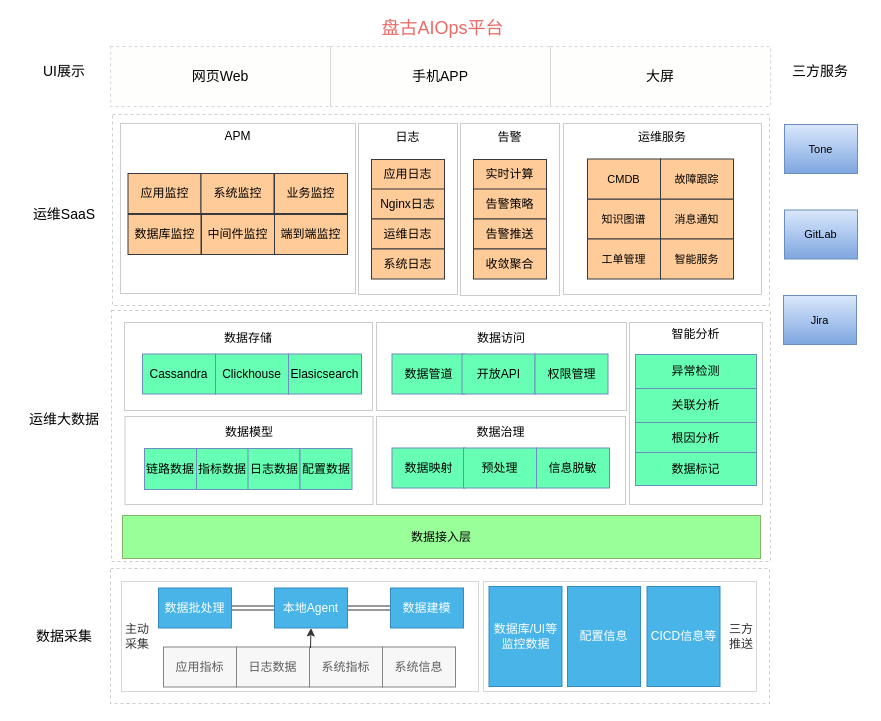
Above: 传化盖亚架构图.drawio in sunface/draw.io (draw.io), before the change. Source tidied: cells renumbered, new cells numbered last; positions are measured from the earlier drawing's top-left corner, leaving out a move shared by most shapes. Both pictures are drawn from the tidied source at 100%, with x=0, y=0 at pixel (28, 18).
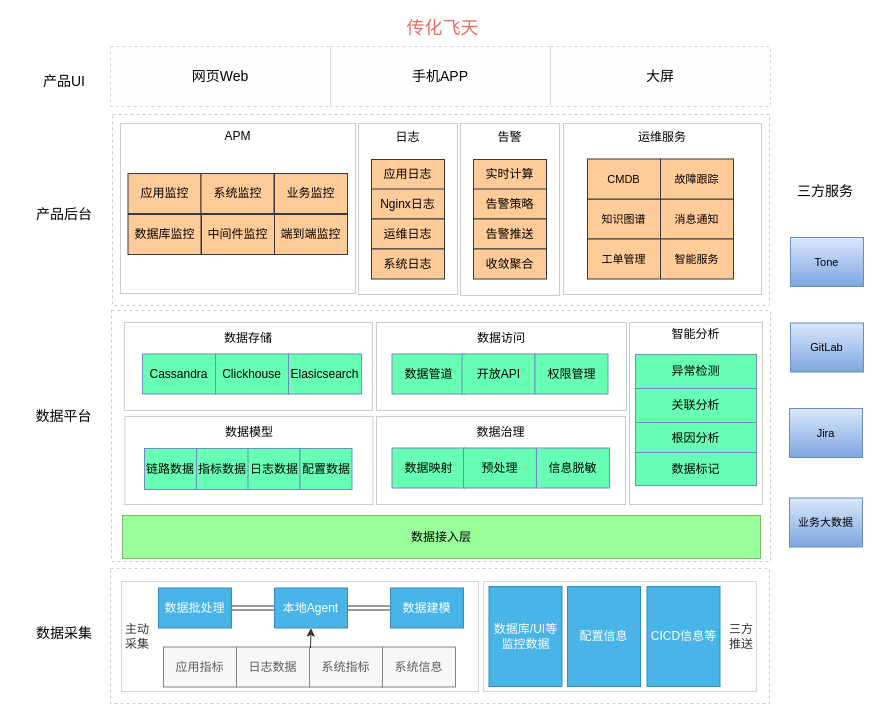
The same page after the edit.

Commit message:
Update 传化盖亚架构图.drawio

Change to the diagram source:
```diff
@@
-    <mxCell id="4" value="运维大数据" style="text;html=1;strokeColor=none;fillColor=none;align=center;verticalAlign=middle;whiteSpace=wrap;rounded=0;shadow=0;dashed=1;fontSize=14;opacity=20;" parent="1" vertex="1">
-      <mxGeometry y="391" width="72" height="20" as="geometry" />
+    <mxCell id="4" value="数据平台" style="text;html=1;strokeColor=none;fillColor=none;align=center;verticalAlign=middle;whiteSpace=wrap;rounded=0;shadow=0;dashed=1;fontSize=14;opacity=20;" parent="1" vertex="1">
+      <mxGeometry x="-11" y="388" width="93" height="20" as="geometry" />
     </mxCell>
@@
-    <mxCell id="39" value="运维SaaS" style="text;html=1;strokeColor=none;fillColor=none;align=center;verticalAlign=middle;whiteSpace=wrap;rounded=0;shadow=0;dashed=1;fontSize=14;opacity=20;" parent="1" vertex="1">
+    <mxCell id="39" value="产品后台" style="text;html=1;strokeColor=none;fillColor=none;align=center;verticalAlign=middle;whiteSpace=wrap;rounded=0;shadow=0;dashed=1;fontSize=14;opacity=20;" parent="1" vertex="1">
       <mxGeometry y="185.5" width="72" height="20" as="geometry" />
     </mxCell>
@@
-    <mxCell id="55" value="UI展示" style="text;html=1;strokeColor=none;fillColor=none;align=center;verticalAlign=middle;whiteSpace=wrap;rounded=0;shadow=0;dashed=1;fontSize=14;opacity=20;" parent="1" vertex="1">
-      <mxGeometry y="43" width="72" height="20" as="geometry" />
+    <mxCell id="55" value="产品UI" style="text;html=1;strokeColor=none;fillColor=none;align=center;verticalAlign=middle;whiteSpace=wrap;rounded=0;shadow=0;dashed=1;fontSize=14;opacity=20;" parent="1" vertex="1">
+      <mxGeometry y="53" width="72" height="20" as="geometry" />
     </mxCell>
@@
     <mxCell id="67" value="数据采集" style="text;html=1;strokeColor=none;fillColor=none;align=center;verticalAlign=middle;whiteSpace=wrap;rounded=0;shadow=0;dashed=1;fontSize=14;opacity=20;" parent="1" vertex="1">
-      <mxGeometry y="608" width="72" height="20" as="geometry" />
+      <mxGeometry x="-0.5" y="604.5" width="72" height="20" as="geometry" />
     </mxCell>
@@
     <mxCell id="69" value="三方服务" style="text;html=1;strokeColor=none;fillColor=none;align=center;verticalAlign=middle;whiteSpace=wrap;rounded=0;shadow=0;dashed=1;fontSize=14;opacity=20;" parent="1" vertex="1">
-      <mxGeometry x="756" y="43" width="72" height="20" as="geometry" />
+      <mxGeometry x="761" y="162.5" width="72" height="20" as="geometry" />
     </mxCell>
     <mxCell id="70" value="Tone" style="rounded=0;whiteSpace=wrap;html=1;shadow=0;fillColor=#dae8fc;fontSize=11;strokeColor=#6c8ebf;gradientColor=#7ea6e0;" parent="1" vertex="1">
-      <mxGeometry x="756" y="106" width="73" height="49" as="geometry" />
+      <mxGeometry x="762" y="219" width="73" height="49" as="geometry" />
     </mxCell>
     <mxCell id="71" value="GitLab" style="rounded=0;whiteSpace=wrap;html=1;shadow=0;fillColor=#dae8fc;fontSize=11;strokeColor=#6c8ebf;gradientColor=#7ea6e0;" parent="1" vertex="1">
-      <mxGeometry x="756" y="191.5" width="73" height="49" as="geometry" />
+      <mxGeometry x="762" y="304.5" width="73" height="49" as="geometry" />
     </mxCell>
     <mxCell id="72" value="Jira" style="rounded=0;whiteSpace=wrap;html=1;shadow=0;fillColor=#dae8fc;fontSize=11;strokeColor=#6c8ebf;gradientColor=#7ea6e0;" parent="1" vertex="1">
-      <mxGeometry x="755" y="277" width="73" height="49" as="geometry" />
+      <mxGeometry x="761" y="390" width="73" height="49" as="geometry" />
     </mxCell>
-    <mxCell id="73" value="盘古AIOps平台" style="text;html=1;strokeColor=none;fillColor=none;align=center;verticalAlign=middle;whiteSpace=wrap;rounded=0;fontSize=18;fontColor=#EA6B66;" parent="1" vertex="1">
+    <mxCell id="73" value="传化飞天" style="text;html=1;strokeColor=none;fillColor=none;align=center;verticalAlign=middle;whiteSpace=wrap;rounded=0;fontSize=18;fontColor=#EA6B66;" parent="1" vertex="1">
       <mxGeometry x="335" width="159" height="20" as="geometry" />
     </mxCell>
@@
+    <mxCell id="82" value="业务大数据" style="rounded=0;whiteSpace=wrap;html=1;shadow=0;fillColor=#dae8fc;fontSize=11;strokeColor=#6c8ebf;gradientColor=#7ea6e0;" parent="1" vertex="1">
+      <mxGeometry x="761" y="479.5" width="73" height="49" as="geometry" />
+    </mxCell>
```
